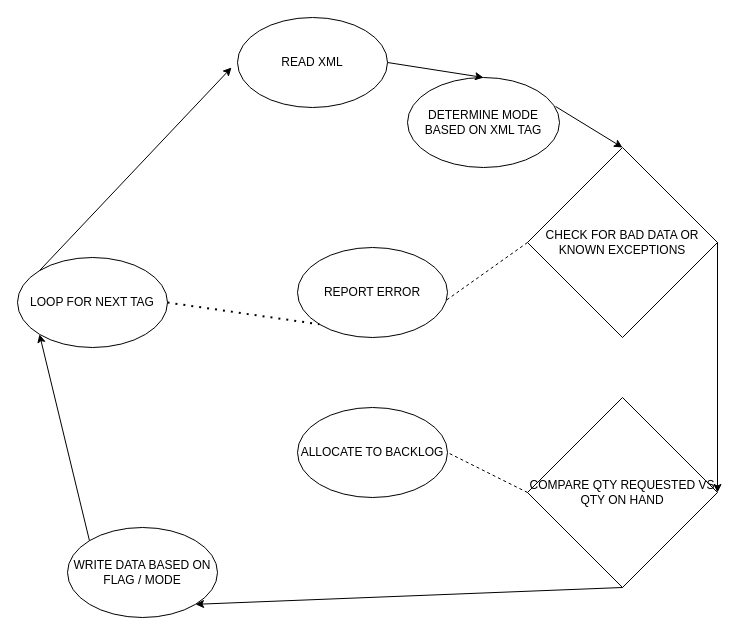
Earlier version of the draw.io diagram drawio/one.drawio (eveyv/flow_charts_drawio). Source tidied: cells renumbered, new cells numbered last; positions are measured from the earlier drawing's top-left corner, leaving out a move shared by most shapes. Both pictures are drawn from the tidied source at 100%, with x=0, y=0 at pixel (17, 17).
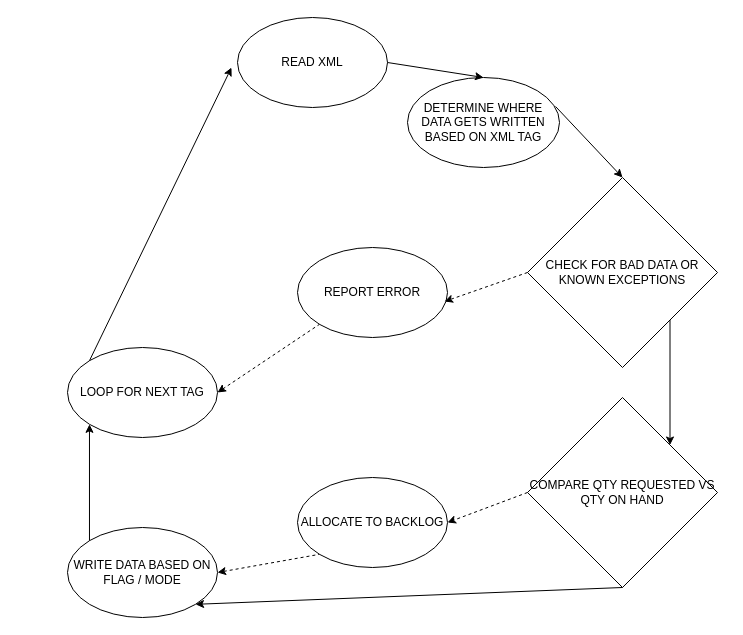
The same page after the edit.

Commit message:
arrows and flow consistency

What changed in the source:
```diff
@@
 <mxGraphModel>
   <root>
     <mxCell id="0" />
     <mxCell id="1" parent="0" />
     <mxCell id="2" value="CHECK FOR BAD DATA OR KNOWN EXCEPTIONS" style="rhombus;whiteSpace=wrap;html=1;" parent="1" vertex="1">
-      <mxGeometry x="510" y="130" width="190" height="190" as="geometry" />
+      <mxGeometry x="510" y="160" width="190" height="190" as="geometry" />
     </mxCell>
     <mxCell id="3" value="READ XML" style="ellipse;whiteSpace=wrap;html=1;" parent="1" vertex="1">
       <mxGeometry x="220" width="150" height="90" as="geometry" />
     </mxCell>
-    <mxCell id="4" value="DETERMINE MODE BASED ON XML TAG" style="ellipse;whiteSpace=wrap;html=1;" parent="1" vertex="1">
+    <mxCell id="4" value="DETERMINE WHERE DATA GETS WRITTEN BASED ON XML TAG" style="ellipse;whiteSpace=wrap;html=1;" parent="1" vertex="1">
       <mxGeometry x="390" y="60" width="152" height="90" as="geometry" />
     </mxCell>
     <mxCell id="5" value="WRITE DATA BASED ON FLAG / MODE" style="ellipse;whiteSpace=wrap;html=1;" parent="1" vertex="1">
       <mxGeometry x="50" y="510" width="150" height="90" as="geometry" />
     </mxCell>
     <mxCell id="6" value="REPORT ERROR" style="ellipse;whiteSpace=wrap;html=1;" parent="1" vertex="1">
       <mxGeometry x="280" y="230" width="150" height="90" as="geometry" />
     </mxCell>
     <mxCell id="7" value="ALLOCATE TO BACKLOG" style="ellipse;whiteSpace=wrap;html=1;" parent="1" vertex="1">
-      <mxGeometry x="280" y="390" width="150" height="90" as="geometry" />
+      <mxGeometry x="280" y="460" width="150" height="90" as="geometry" />
     </mxCell>
     <mxCell id="8" value="COMPARE QTY REQUESTED VS QTY ON HAND" style="rhombus;whiteSpace=wrap;html=1;" parent="1" vertex="1">
       <mxGeometry x="510" y="380" width="190" height="190" as="geometry" />
     </mxCell>
     <mxCell id="9" value="LOOP FOR NEXT TAG" style="ellipse;whiteSpace=wrap;html=1;" parent="1" vertex="1">
-      <mxGeometry y="240" width="150" height="90" as="geometry" />
+      <mxGeometry x="50" y="330" width="150" height="90" as="geometry" />
     </mxCell>
-    <mxCell id="10" style="endArrow=none;dashed=1;html=1;rounded=0;exitX=0;exitY=0.5;exitDx=0;exitDy=0;entryX=0.98;entryY=0.6;entryDx=0;entryDy=0;entryPerimeter=0;" parent="1" edge="1" source="2" target="6">
+    <mxCell id="10" style="endArrow=classic;dashed=1;html=1;rounded=0;exitX=0;exitY=0.5;exitDx=0;exitDy=0;entryX=0.98;entryY=0.6;entryDx=0;entryDy=0;entryPerimeter=0;endFill=1;" parent="1" edge="1" source="2" target="6">
       <mxGeometry relative="1" as="geometry" />
     </mxCell>
-    <mxCell id="11" style="endArrow=none;dashed=1;html=1;rounded=0;exitX=0;exitY=0.5;exitDx=0;exitDy=0;entryX=1;entryY=0.5;entryDx=0;entryDy=0;" parent="1" edge="1" source="8" target="7">
+    <mxCell id="11" style="endArrow=classic;dashed=1;html=1;rounded=0;exitX=0;exitY=0.5;exitDx=0;exitDy=0;entryX=1;entryY=0.5;entryDx=0;entryDy=0;endFill=1;" parent="1" edge="1" source="8" target="7">
       <mxGeometry relative="1" as="geometry" />
     </mxCell>
     <mxCell id="12" style="endArrow=classic;html=1;rounded=0;exitX=1;exitY=0.5;exitDx=0;exitDy=0;endFill=1;entryX=0.5;entryY=0;entryDx=0;entryDy=0;" parent="1" edge="1" source="3" target="4">
       <mxGeometry relative="1" as="geometry" />
     </mxCell>
     <mxCell id="13" style="endArrow=classic;html=1;rounded=0;exitX=0.974;exitY=0.322;exitDx=0;exitDy=0;exitPerimeter=0;endFill=1;entryX=0.5;entryY=0;entryDx=0;entryDy=0;" parent="1" edge="1" source="4" target="2">
       <mxGeometry relative="1" as="geometry" />
     </mxCell>
-    <mxCell id="14" style="endArrow=classic;html=1;rounded=0;exitX=1;exitY=0.5;exitDx=0;exitDy=0;endFill=1;entryX=1;entryY=0.5;entryDx=0;entryDy=0;" parent="1" edge="1" source="2" target="8">
+    <mxCell id="14" style="endArrow=classic;html=1;rounded=0;exitX=1;exitY=1;exitDx=0;exitDy=0;endFill=1;entryX=1;entryY=0;entryDx=0;entryDy=0;" parent="1" edge="1" source="2" target="8">
       <mxGeometry relative="1" as="geometry" />
     </mxCell>
     <mxCell id="15" style="endArrow=none;html=1;rounded=0;entryX=0.5;entryY=1;entryDx=0;entryDy=0;startArrow=classic;startFill=1;exitX=1;exitY=1;exitDx=0;exitDy=0;" parent="1" edge="1" source="5" target="8">
       <mxGeometry relative="1" as="geometry" />
     </mxCell>
     <mxCell id="16" style="endArrow=classic;html=1;rounded=0;exitX=0;exitY=0;exitDx=0;exitDy=0;endFill=1;entryX=0;entryY=1;entryDx=0;entryDy=0;" parent="1" edge="1" source="5" target="9">
       <mxGeometry relative="1" as="geometry" />
     </mxCell>
     <mxCell id="17" style="endArrow=classic;html=1;rounded=0;exitX=0;exitY=0;exitDx=0;exitDy=0;entryX=-0.04;entryY=0.556;entryDx=0;entryDy=0;entryPerimeter=0;" parent="1" edge="1" source="9" target="3">
       <mxGeometry relative="1" as="geometry" />
     </mxCell>
-    <mxCell id="18" style="endArrow=none;dashed=1;html=1;dashPattern=1 3;strokeWidth=2;rounded=0;exitX=1;exitY=0.5;exitDx=0;exitDy=0;entryX=0;entryY=1;entryDx=0;entryDy=0;" parent="1" edge="1" source="9" target="6">
+    <mxCell id="18" style="endArrow=none;dashed=1;html=1;strokeWidth=1;rounded=0;exitX=1;exitY=0.5;exitDx=0;exitDy=0;entryX=0;entryY=1;entryDx=0;entryDy=0;startArrow=classic;startFill=1;" parent="1" edge="1" source="9" target="6">
       <mxGeometry relative="1" as="geometry" />
     </mxCell>
+    <mxCell id="19" style="endArrow=none;dashed=1;html=1;strokeWidth=1;rounded=0;exitX=1;exitY=0.5;exitDx=0;exitDy=0;entryX=0;entryY=1;entryDx=0;entryDy=0;startArrow=classic;startFill=1;" parent="1" edge="1" source="5" target="7">
+      <mxGeometry relative="1" as="geometry" />
+    </mxCell>
   </root>
 </mxGraphModel>
```
